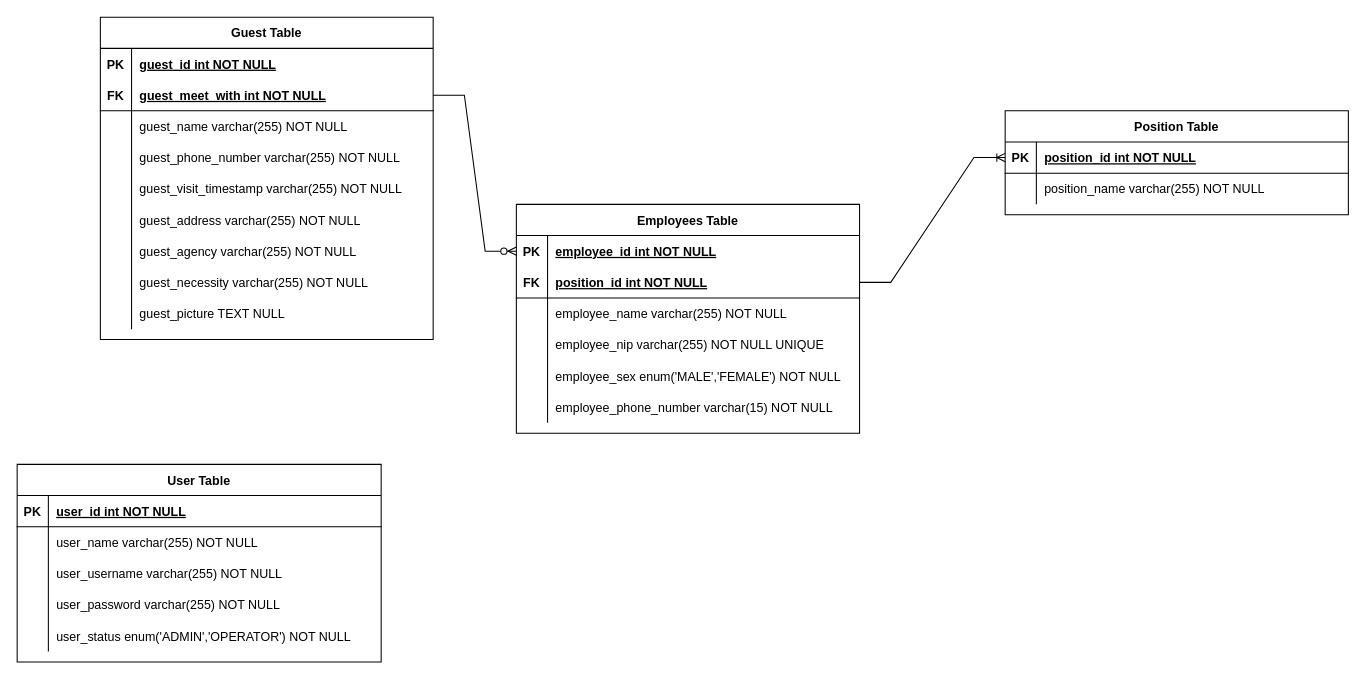
Before: app/database/Database Scheme.drawio in yafizh/BPTP-Guest-Book, a draw.io diagram. Source tidied: cells renumbered, new cells numbered last; positions are measured from the earlier drawing's top-left corner, leaving out a move shared by most shapes. Both pictures are drawn from the tidied source at 104%, with x=0, y=0 at pixel (17, 17).
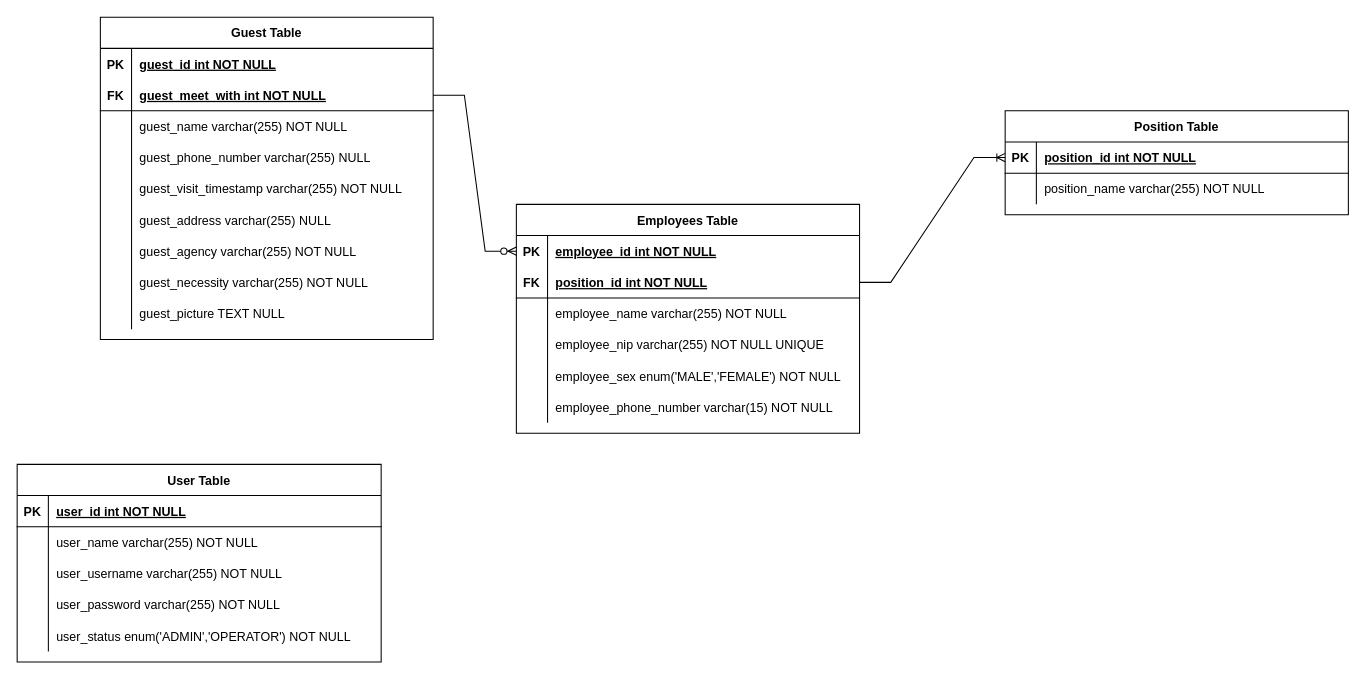
The same page after the edit.

The change refers to these unchanged cells:
```xml
<mxCell id="12" style="shape=partialRectangle;fillColor=none;top=0;left=0;right=0;bottom=0;" parent="2" vertex="1">
  <mxGeometry y="120" width="320" height="30" as="geometry" />
</mxCell>
<mxCell id="18" style="shape=partialRectangle;fillColor=none;top=0;left=0;right=0;bottom=0;" parent="2" vertex="1">
  <mxGeometry y="180" width="320" height="30" as="geometry" />
</mxCell>
```

The edit, as a diff of the source:
```diff
@@
-    <mxCell id="14" value="guest_phone_number varchar(255) NOT NULL" style="shape=partialRectangle;overflow=hidden;fillColor=none;top=0;left=0;bottom=0;right=0;align=left;spacingLeft=6;" parent="12" vertex="1">
+    <mxCell id="14" value="guest_phone_number varchar(255) NULL" style="shape=partialRectangle;overflow=hidden;fillColor=none;top=0;left=0;bottom=0;right=0;align=left;spacingLeft=6;" parent="12" vertex="1">
       <mxGeometry x="30" width="290" height="30" as="geometry" />
     </mxCell>
@@
-    <mxCell id="20" value="guest_address varchar(255) NOT NULL" style="shape=partialRectangle;overflow=hidden;fillColor=none;top=0;left=0;bottom=0;right=0;align=left;spacingLeft=6;" parent="18" vertex="1">
+    <mxCell id="20" value="guest_address varchar(255) NULL" style="shape=partialRectangle;overflow=hidden;fillColor=none;top=0;left=0;bottom=0;right=0;align=left;spacingLeft=6;" parent="18" vertex="1">
       <mxGeometry x="30" width="290" height="30" as="geometry" />
     </mxCell>
```
